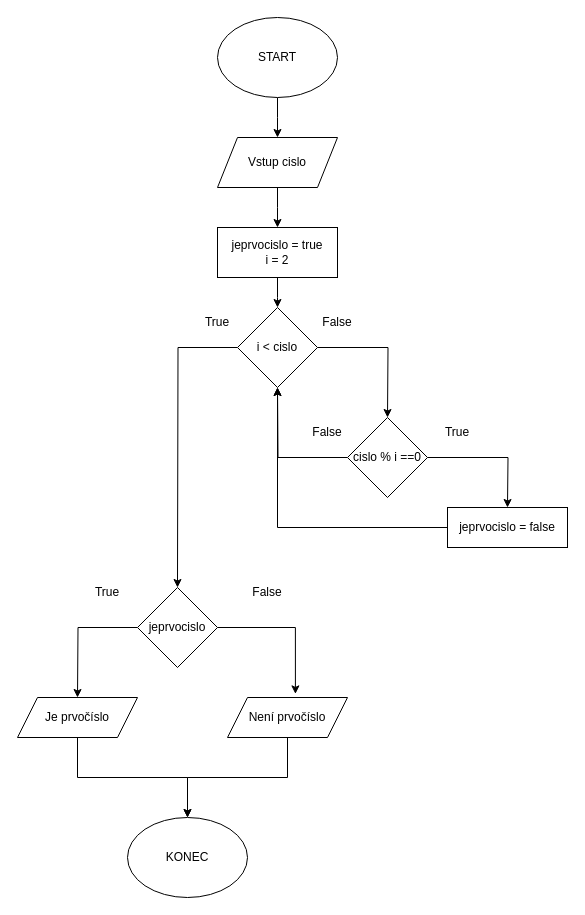
Before: 2.drawio in jirihalbych/ahoj, a draw.io diagram. Source tidied: cells renumbered, new cells numbered last; positions are measured from the earlier drawing's top-left corner, leaving out a move shared by most shapes. Both pictures are drawn from the tidied source at 100%, with x=0, y=0 at pixel (17, 17).
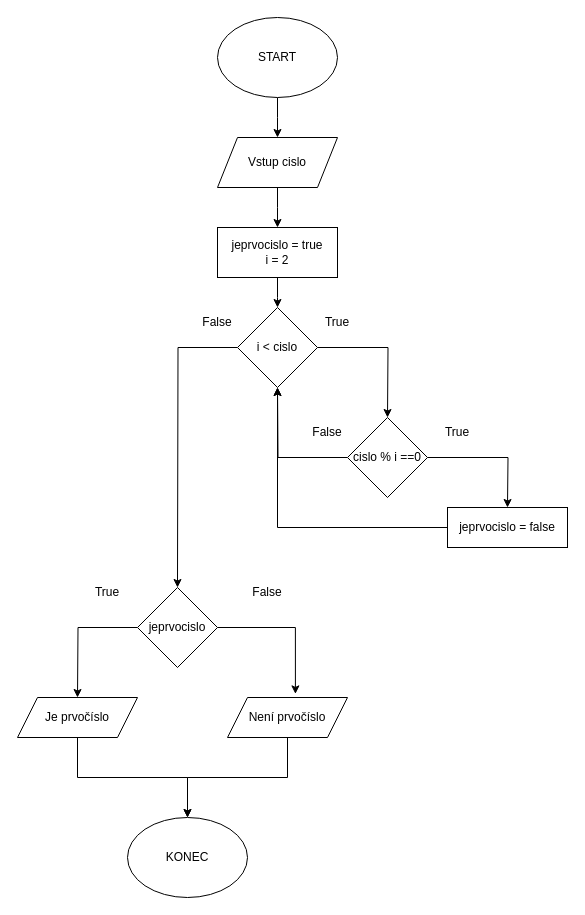
The same page after the edit.

The edit, as a diff of the source:
```diff
@@
-    <mxCell id="24" value="False" style="text;html=1;strokeColor=none;fillColor=none;align=center;verticalAlign=middle;whiteSpace=wrap;rounded=0;" parent="1" vertex="1">
+    <mxCell id="24" value="True" style="text;html=1;strokeColor=none;fillColor=none;align=center;verticalAlign=middle;whiteSpace=wrap;rounded=0;" parent="1" vertex="1">
       <mxGeometry x="290" y="290" width="60" height="30" as="geometry" />
     </mxCell>
-    <mxCell id="25" value="True" style="text;html=1;strokeColor=none;fillColor=none;align=center;verticalAlign=middle;whiteSpace=wrap;rounded=0;" parent="1" vertex="1">
+    <mxCell id="25" value="False" style="text;html=1;strokeColor=none;fillColor=none;align=center;verticalAlign=middle;whiteSpace=wrap;rounded=0;" parent="1" vertex="1">
       <mxGeometry x="170" y="290" width="60" height="30" as="geometry" />
     </mxCell>
```
